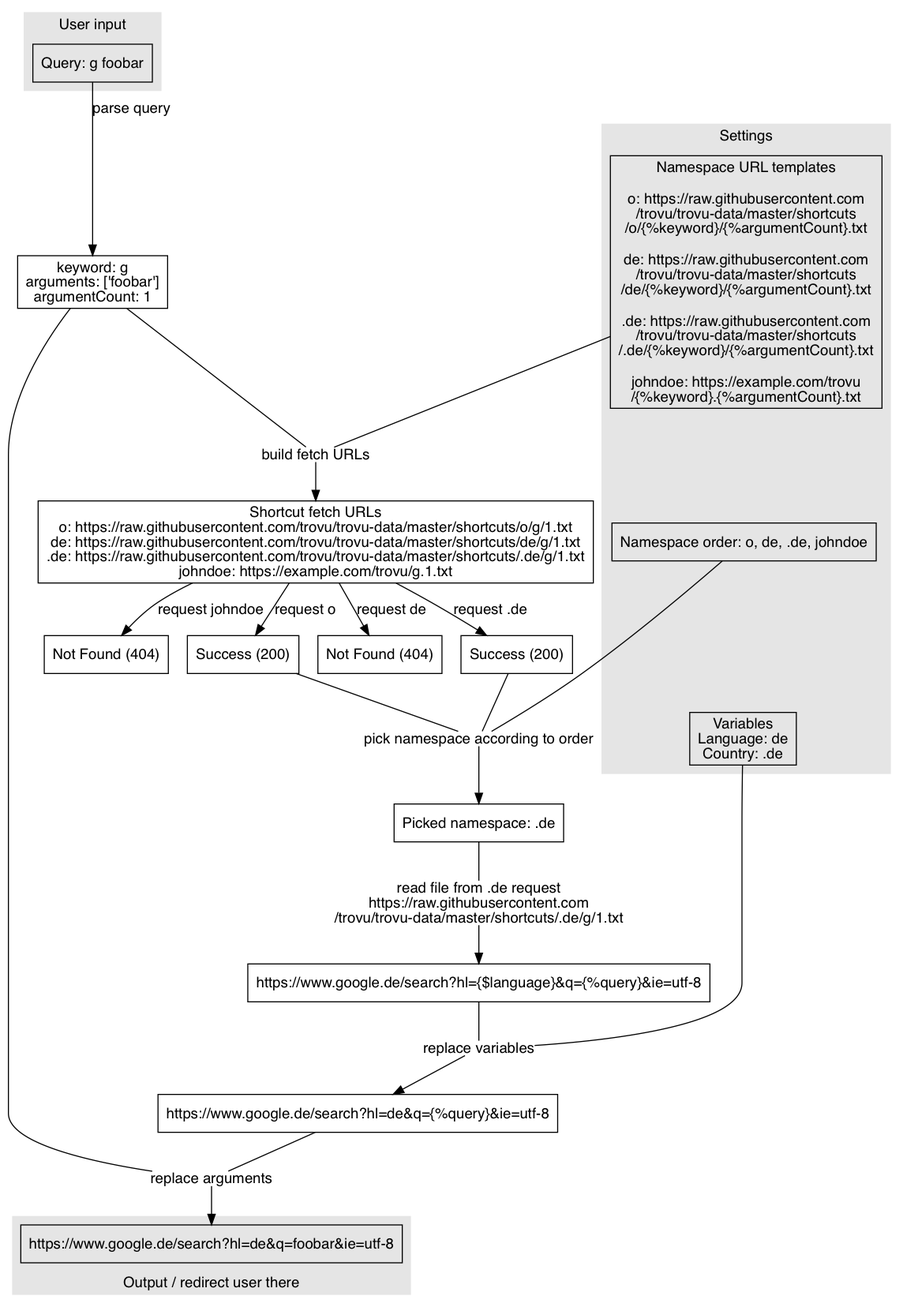
trovu/trovu.github.io keeps this Graphviz diagram as img/process.png. Above is the earlier version. Its source is kept beside it as img/process.dot.
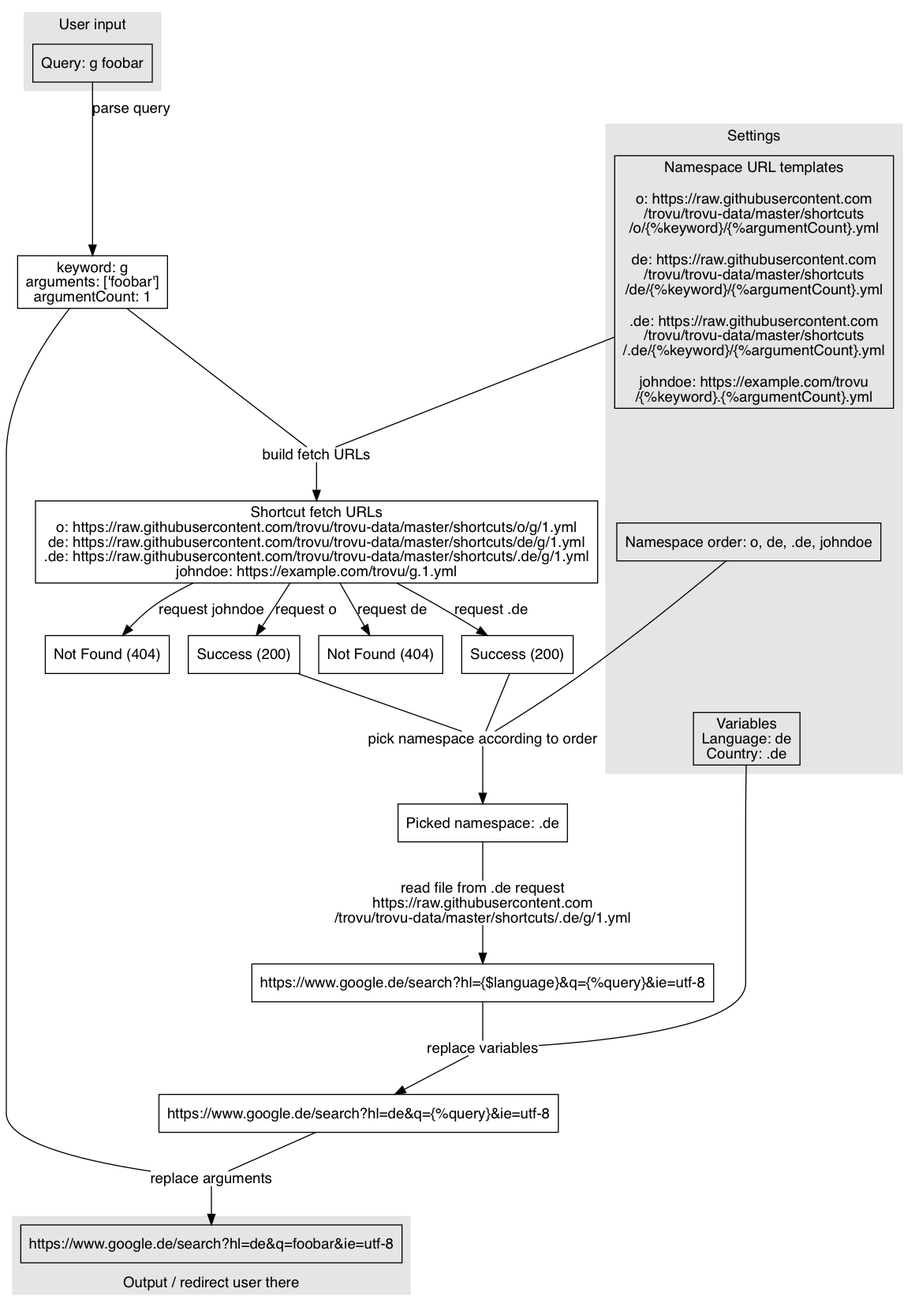
After the change.

What changed in the source:
```diff
@@ -23,18 +23,18 @@
 
 o: https://raw.githubusercontent.com
 /trovu/trovu-data/master/shortcuts
-/o/{%keyword}/{%argumentCount}.txt
+/o/{%keyword}/{%argumentCount}.yml
 
 de: https://raw.githubusercontent.com
 /trovu/trovu-data/master/shortcuts
-/de/{%keyword}/{%argumentCount}.txt
+/de/{%keyword}/{%argumentCount}.yml
 
 .de: https://raw.githubusercontent.com
 /trovu/trovu-data/master/shortcuts
-/.de/{%keyword}/{%argumentCount}.txt
+/.de/{%keyword}/{%argumentCount}.yml
 
 johndoe: https://example.com/trovu
-/{%keyword}.{%argumentCount}.txt
+/{%keyword}.{%argumentCount}.yml
 "];
   }
   subgraph cluster_output {
@@ -47,10 +47,10 @@
 
   parsedQuery [label="keyword: g\narguments: ['foobar']\nargumentCount: 1"];
   shortcutFetchUrls [label="Shortcut fetch URLs
-o: https://raw.githubusercontent.com/trovu/trovu-data/master/shortcuts/o/g/1.txt
-de: https://raw.githubusercontent.com/trovu/trovu-data/master/shortcuts/de/g/1.txt
-.de: https://raw.githubusercontent.com/trovu/trovu-data/master/shortcuts/.de/g/1.txt
-johndoe: https://example.com/trovu/g.1.txt
+o: https://raw.githubusercontent.com/trovu/trovu-data/master/shortcuts/o/g/1.yml
+de: https://raw.githubusercontent.com/trovu/trovu-data/master/shortcuts/de/g/1.yml
+.de: https://raw.githubusercontent.com/trovu/trovu-data/master/shortcuts/.de/g/1.yml
+johndoe: https://example.com/trovu/g.1.yml
 "];
 
   responseO [label="Success (200)"];
@@ -78,7 +78,7 @@
   pickedNamespace [label="Picked namespace: .de"]
   pickedNamespace -> readFile [arrowhead="none"];
   readFile [label="read file from .de request\nhttps://raw.githubusercontent.com
-/trovu/trovu-data/master/shortcuts/.de/g/1.txt" shape="none" margin=0 width=0 height=0];
+/trovu/trovu-data/master/shortcuts/.de/g/1.yml" shape="none" margin=0 width=0 height=0];
   readFile -> redirectUrlDotDe;
   redirectUrlReplacedVariables[label="https://www.google.de/search?hl=de&q={%query}&ie=utf-8"]
   redirectUrlDotDe -> replaceVariables [arrowhead="none"];
```
